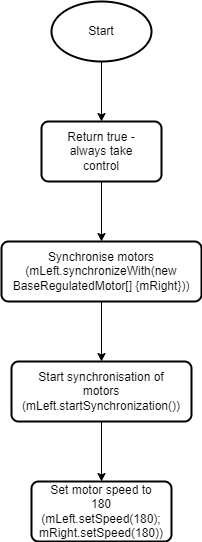
This is Final submission/Behaviour control flow/WalkaboutControlFlow.png from XLmT09/Bunny-Robot, a draw.io export, as it was before one commit. Source tidied: cells renumbered, new cells last; positions are measured from the earlier drawing's top-left corner, leaving out a move shared by most shapes.
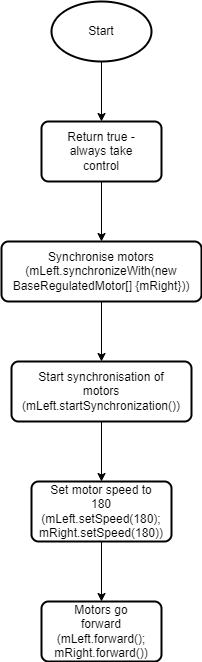
The same diagram one commit later.

What changed in the source:
```diff
@@ -59,5 +59,17 @@
     <mxCell id="20" style="endArrow=classic;html=1;rounded=0;sourcePerimeterSpacing=8;targetPerimeterSpacing=8;curved=1;entryX=0.5;entryY=0;entryDx=0;entryDy=0;exitX=0.5;exitY=1;exitDx=0;exitDy=0;" parent="1" edge="1" source="14" target="18">
       <mxGeometry relative="1" as="geometry" />
     </mxCell>
+    <mxCell id="21" style="group;" parent="1" vertex="1">
+      <mxGeometry x="40" y="600" width="120" height="60" as="geometry" />
+    </mxCell>
+    <mxCell id="22" style="rounded=1;whiteSpace=wrap;html=1;absoluteArcSize=1;arcSize=14;strokeWidth=2;hachureGap=4;" parent="21" vertex="1">
+      <mxGeometry width="120" height="60" as="geometry" />
+    </mxCell>
+    <mxCell id="23" value="Motors go forward (mLeft.forward(); mRight.forward())" style="text;html=1;strokeColor=none;fillColor=none;align=center;verticalAlign=middle;whiteSpace=wrap;rounded=0;hachureGap=4;" parent="21" vertex="1">
+      <mxGeometry x="30" y="15" width="60" height="30" as="geometry" />
+    </mxCell>
+    <mxCell id="24" style="endArrow=classic;html=1;rounded=0;sourcePerimeterSpacing=8;targetPerimeterSpacing=8;curved=1;entryX=0.5;entryY=0;entryDx=0;entryDy=0;exitX=0.5;exitY=1;exitDx=0;exitDy=0;" parent="1" edge="1" source="18" target="22">
+      <mxGeometry relative="1" as="geometry" />
+    </mxCell>
   </root>
 </mxGraphModel>
```
